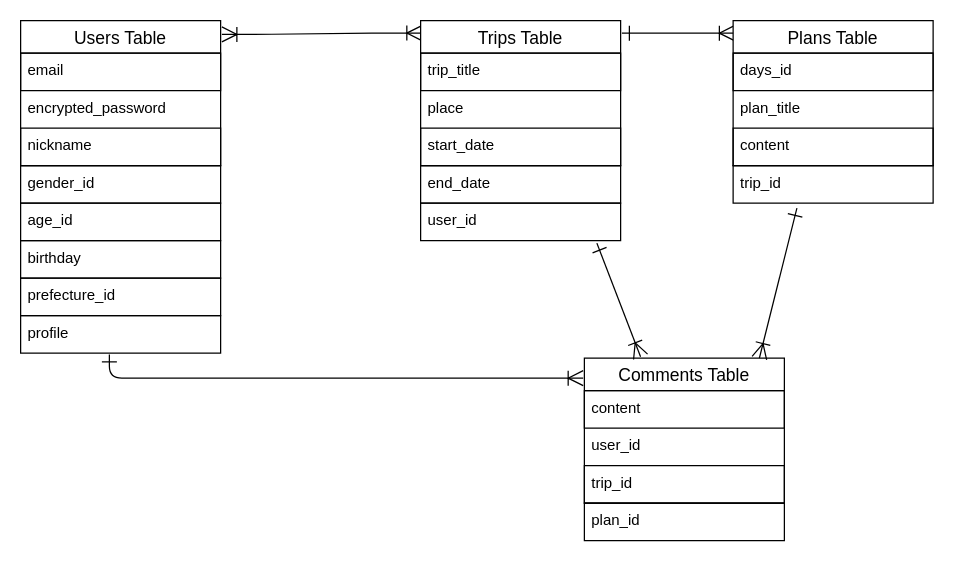
Earlier version of the draw.io diagram ER.dio (toritori3165/tabipedia). Source tidied: cells renumbered, new cells numbered last; positions are measured from the earlier drawing's top-left corner, leaving out a move shared by most shapes. Both pictures are drawn from the tidied source at 125%, with x=0, y=0 at pixel (20, 20).
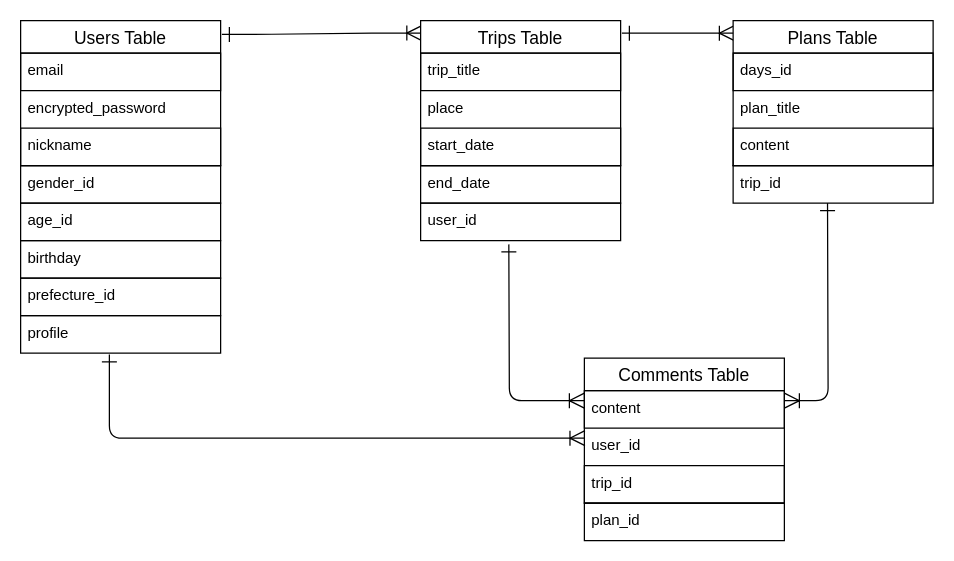
The same page after the edit.

The change refers to these unchanged cells:
```xml
<mxCell id="5" value="Comments Table" style="swimlane;fontStyle=0;horizontal=1;startSize=26;align=center;fontSize=14;strokeColor=default;" parent="4" vertex="1">
  <mxGeometry width="160" height="116" as="geometry" />
</mxCell>
<mxCell id="7" value="user_id" style="text;strokeColor=none;fillColor=none;spacingLeft=4;spacingRight=4;overflow=hidden;points=[[0,0.5],[1,0.5]];portConstraint=eastwest;fontSize=12;" parent="5" vertex="1">
  <mxGeometry y="56" width="160" height="30" as="geometry" />
</mxCell>
<mxCell id="25" value="user_id" style="text;strokeColor=default;fillColor=none;spacingLeft=4;spacingRight=4;overflow=hidden;points=[[0,0.5],[1,0.5]];portConstraint=eastwest;fontSize=12;" parent="24" vertex="1">
  <mxGeometry y="146" width="160" height="30" as="geometry" />
</mxCell>
<mxCell id="26" value="Trips Table" style="swimlane;fontStyle=0;horizontal=1;startSize=26;align=center;fontSize=14;strokeColor=default;" parent="24" vertex="1">
  <mxGeometry width="160" height="116" as="geometry" />
</mxCell>
<mxCell id="36" value="trip_id" style="text;strokeColor=default;fillColor=none;spacingLeft=4;spacingRight=4;overflow=hidden;points=[[0,0.5],[1,0.5]];portConstraint=eastwest;fontSize=12;" parent="31" vertex="1">
  <mxGeometry y="116" width="160" height="30" as="geometry" />
</mxCell>
```

Change to the diagram source:
```diff
@@
-    <mxCell id="2" style="fontSize=12;html=1;endArrow=ERoneToMany;entryX=-0.006;entryY=0.138;entryDx=0;entryDy=0;entryPerimeter=0;startArrow=ERone;startFill=0;endSize=10;startSize=10;" parent="1" edge="1" target="5">
+    <mxCell id="2" style="fontSize=12;html=1;endArrow=ERoneToMany;entryX=0.003;entryY=0.267;entryDx=0;entryDy=0;entryPerimeter=0;startArrow=ERone;startFill=0;endSize=10;startSize=10;" parent="1" edge="1" target="7">
       <mxGeometry relative="1" as="geometry">
         <mxPoint x="71" y="267" as="sourcePoint" />
         <Array as="points">
-          <mxPoint x="71" y="286" />
+          <mxPoint x="71" y="334" />
         </Array>
       </mxGeometry>
     </mxCell>
-    <mxCell id="3" style="edgeStyle=entityRelationEdgeStyle;fontSize=12;html=1;endArrow=ERoneToMany;startArrow=ERoneToMany;startFill=0;endFill=0;entryX=0.006;entryY=0.086;entryDx=0;entryDy=0;entryPerimeter=0;endSize=10;startSize=10;" parent="1" edge="1" target="26">
+    <mxCell id="3" style="edgeStyle=entityRelationEdgeStyle;fontSize=12;html=1;endArrow=ERoneToMany;startArrow=ERone;startFill=0;endFill=0;entryX=0.006;entryY=0.086;entryDx=0;entryDy=0;entryPerimeter=0;endSize=10;startSize=10;" parent="1" edge="1" target="26">
       <mxGeometry relative="1" as="geometry">
         <mxPoint x="161" y="11" as="sourcePoint" />
       </mxGeometry>
     </mxCell>
@@
-    <mxCell id="11" style="endArrow=ERone;html=1;exitX=0.281;exitY=-0.009;exitDx=0;exitDy=0;exitPerimeter=0;startArrow=ERoneToMany;startFill=0;endFill=0;endSize=10;startSize=10;" parent="1" edge="1" source="5">
+    <mxCell id="11" style="endArrow=ERone;html=1;startArrow=ERoneToMany;startFill=0;endFill=0;endSize=10;startSize=10;entryX=0.441;entryY=1.1;entryDx=0;entryDy=0;entryPerimeter=0;" parent="1" edge="1" target="25">
       <mxGeometry relative="1" as="geometry">
-        <mxPoint x="461" y="178" as="targetPoint" />
+        <mxPoint x="451" y="304" as="sourcePoint" />
+        <Array as="points">
+          <mxPoint x="391" y="304" />
+        </Array>
       </mxGeometry>
     </mxCell>
-    <mxCell id="12" style="endArrow=ERone;html=1;startArrow=ERoneToMany;startFill=0;endFill=0;endSize=10;startSize=10;entryX=0.319;entryY=1.133;entryDx=0;entryDy=0;entryPerimeter=0;" parent="1" edge="1" target="36">
+    <mxCell id="12" style="endArrow=ERone;html=1;startArrow=ERoneToMany;startFill=0;endFill=0;endSize=10;startSize=10;entryX=0.472;entryY=1;entryDx=0;entryDy=0;entryPerimeter=0;" parent="1" edge="1" target="36">
       <mxGeometry relative="1" as="geometry">
-        <mxPoint x="591" y="270" as="sourcePoint" />
+        <mxPoint x="611" y="304" as="sourcePoint" />
+        <Array as="points">
+          <mxPoint x="646" y="304" />
+        </Array>
       </mxGeometry>
     </mxCell>
```
